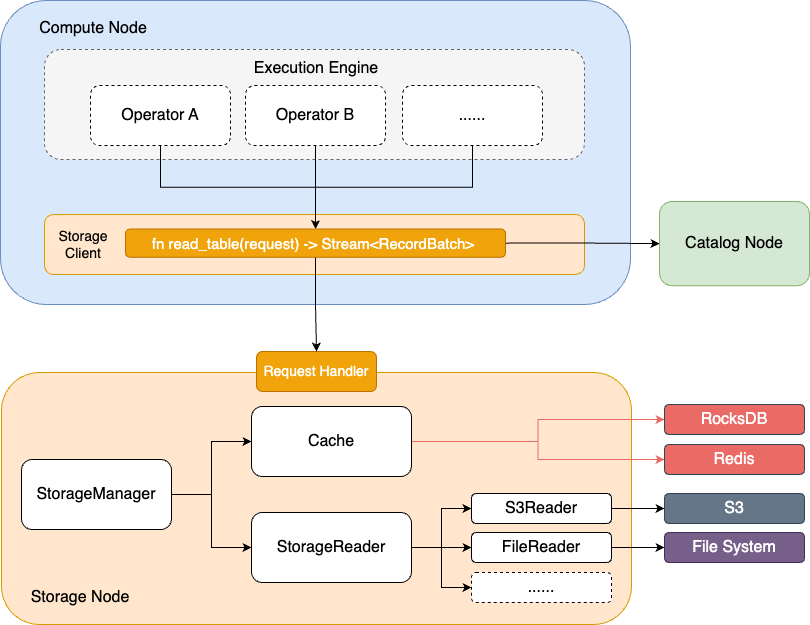
Above: docs/figs/io-arch.png in cmu-db/15721-s24-cache1 (draw.io), before the change. Source tidied: cells renumbered, new cells last; positions are measured from the earlier drawing's top-left corner, leaving out a move shared by most shapes.
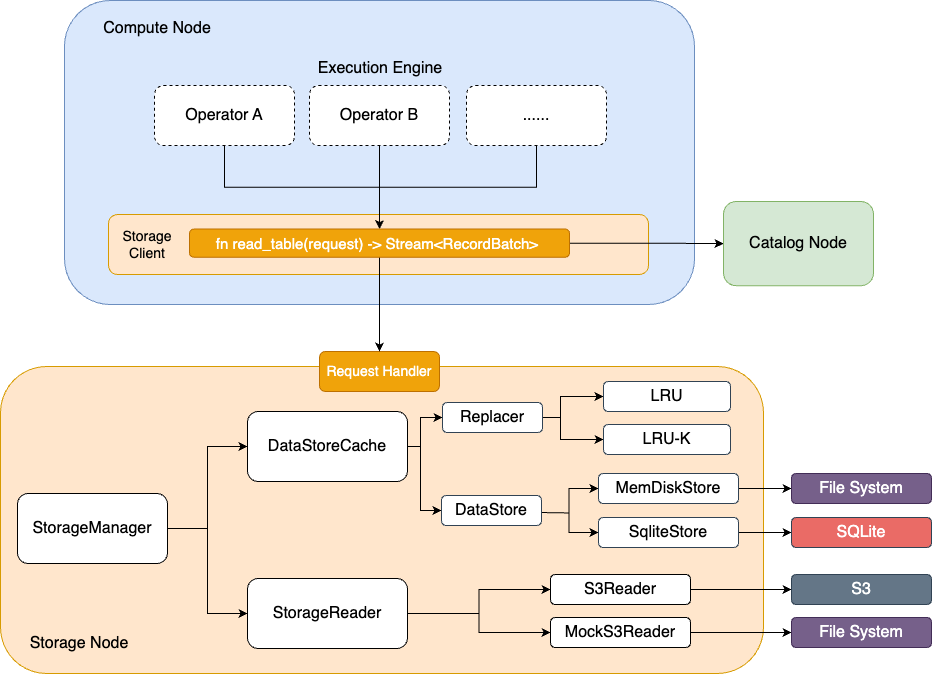
The same diagram one commit later.

Commit message:
docs: update architecture figure (#75)

Diff of the diagram source:
```diff
@@ -3,47 +3,61 @@
     <mxCell id="0" />
     <mxCell id="1" parent="0" />
     <mxCell id="2" style="rounded=1;whiteSpace=wrap;html=1;fillColor=#dae8fc;strokeColor=#6c8ebf;" parent="1" vertex="1">
-      <mxGeometry width="630" height="304" as="geometry" />
+      <mxGeometry x="68" width="630" height="304" as="geometry" />
     </mxCell>
     <mxCell id="3" style="rounded=1;whiteSpace=wrap;html=1;fillColor=#ffe6cc;strokeColor=#d79b00;" parent="1" vertex="1">
-      <mxGeometry x="1" y="372" width="630" height="252" as="geometry" />
+      <mxGeometry x="4" y="366" width="763" height="307" as="geometry" />
     </mxCell>
-    <mxCell id="4" style="edgeStyle=orthogonalEdgeStyle;rounded=0;jettySize=auto;html=1;exitX=1;exitY=0.5;exitDx=0;exitDy=0;entryX=0;entryY=0.5;entryDx=0;entryDy=0;fillColor=#EA6B66;strokeColor=#EA6B66;" parent="1" edge="1" source="6" target="39">
-      <mxGeometry relative="1" as="geometry" />
+    <mxCell id="4" style="edgeStyle=orthogonalEdgeStyle;rounded=0;jettySize=auto;html=1;exitX=1;exitY=0.5;exitDx=0;exitDy=0;entryX=0;entryY=0.5;entryDx=0;entryDy=0;fillColor=#FFFFFF;strokeColor=#000000;" parent="1" edge="1" target="39">
+      <mxGeometry relative="1" as="geometry">
+        <mxPoint x="542" y="512" as="sourcePoint" />
+      </mxGeometry>
     </mxCell>
-    <mxCell id="5" style="edgeStyle=orthogonalEdgeStyle;rounded=0;jettySize=auto;html=1;exitX=1;exitY=0.5;exitDx=0;exitDy=0;entryX=0;entryY=0.5;entryDx=0;entryDy=0;fillColor=#EA6B66;strokeColor=#EA6B66;" parent="1" edge="1" source="6" target="40">
-      <mxGeometry relative="1" as="geometry" />
+    <mxCell id="5" style="edgeStyle=orthogonalEdgeStyle;rounded=0;jettySize=auto;html=1;exitX=1;exitY=0.5;exitDx=0;exitDy=0;entryX=0;entryY=0.5;entryDx=0;entryDy=0;fillColor=#FFFFFF;strokeColor=#000000;" parent="1" edge="1" target="40">
+      <mxGeometry relative="1" as="geometry">
+        <mxPoint x="542" y="512" as="sourcePoint" />
+      </mxGeometry>
     </mxCell>
+    <mxCell id="41" style="edgeStyle=orthogonalEdgeStyle;rounded=0;jettySize=auto;html=1;exitX=1;exitY=0.5;exitDx=0;exitDy=0;entryX=0;entryY=0.5;entryDx=0;entryDy=0;" parent="1" edge="1" source="6" target="49">
+      <mxGeometry relative="1" as="geometry">
+        <Array as="points">
+          <mxPoint x="424" y="446" />
+          <mxPoint x="424" y="417" />
+        </Array>
+      </mxGeometry>
+    </mxCell>
+    <mxCell id="42" style="edgeStyle=orthogonalEdgeStyle;rounded=0;jettySize=auto;html=1;exitX=1;exitY=0.5;exitDx=0;exitDy=0;entryX=0;entryY=0.5;entryDx=0;entryDy=0;" parent="1" edge="1" source="6" target="52">
+      <mxGeometry relative="1" as="geometry">
+        <Array as="points">
+          <mxPoint x="424" y="446" />
+          <mxPoint x="424" y="510" />
+        </Array>
+      </mxGeometry>
+    </mxCell>
-    <mxCell id="6" value="Cache" style="rounded=1;whiteSpace=wrap;html=1;fontSize=16;" parent="1" vertex="1">
-      <mxGeometry x="251" y="406" width="160" height="70" as="geometry" />
+    <mxCell id="6" value="DataStoreCache" style="rounded=1;whiteSpace=wrap;html=1;fontSize=16;" parent="1" vertex="1">
+      <mxGeometry x="251" y="411" width="160" height="70" as="geometry" />
     </mxCell>
     <mxCell id="7" style="edgeStyle=orthogonalEdgeStyle;rounded=0;jettySize=auto;html=1;exitX=1;exitY=0.5;exitDx=0;exitDy=0;entryX=0;entryY=0.5;entryDx=0;entryDy=0;" parent="1" edge="1" source="9" target="11">
       <mxGeometry relative="1" as="geometry" />
     </mxCell>
-    <mxCell id="8" style="edgeStyle=orthogonalEdgeStyle;rounded=0;jettySize=auto;html=1;exitX=1;exitY=0.5;exitDx=0;exitDy=0;entryX=0;entryY=0.5;entryDx=0;entryDy=0;" parent="1" edge="1" source="9" target="15">
-      <mxGeometry relative="1" as="geometry" />
-    </mxCell>
+    <mxCell id="12" style="edgeStyle=orthogonalEdgeStyle;rounded=0;jettySize=auto;html=1;exitX=1;exitY=0.5;exitDx=0;exitDy=0;entryX=0;entryY=0.5;entryDx=0;entryDy=0;" parent="1" edge="1" source="9" target="14">
+      <mxGeometry relative="1" as="geometry" />
+    </mxCell>
     <mxCell id="9" value="StorageReader" style="rounded=1;whiteSpace=wrap;html=1;fontSize=16;" parent="1" vertex="1">
-      <mxGeometry x="251" y="512" width="160" height="70" as="geometry" />
+      <mxGeometry x="251" y="578" width="160" height="70" as="geometry" />
     </mxCell>
     <mxCell id="10" style="edgeStyle=orthogonalEdgeStyle;rounded=0;jettySize=auto;html=1;exitX=1;exitY=0.5;exitDx=0;exitDy=0;entryX=0;entryY=0.5;entryDx=0;entryDy=0;" parent="1" edge="1" source="11" target="36">
       <mxGeometry relative="1" as="geometry" />
     </mxCell>
     <mxCell id="11" value="S3Reader" style="rounded=1;whiteSpace=wrap;html=1;fontSize=16;" parent="1" vertex="1">
-      <mxGeometry x="471" y="493" width="140" height="30" as="geometry" />
+      <mxGeometry x="554" y="574" width="140" height="30" as="geometry" />
     </mxCell>
-    <mxCell id="12" style="edgeStyle=orthogonalEdgeStyle;rounded=0;jettySize=auto;html=1;exitX=1;exitY=0.5;exitDx=0;exitDy=0;entryX=0;entryY=0.5;entryDx=0;entryDy=0;" parent="1" edge="1" source="9" target="14">
-      <mxGeometry relative="1" as="geometry" />
-    </mxCell>
     <mxCell id="13" style="edgeStyle=orthogonalEdgeStyle;rounded=0;jettySize=auto;html=1;exitX=1;exitY=0.5;exitDx=0;exitDy=0;entryX=0;entryY=0.5;entryDx=0;entryDy=0;" parent="1" edge="1" source="14" target="37">
       <mxGeometry relative="1" as="geometry" />
     </mxCell>
-    <mxCell id="14" value="FileReader" style="rounded=1;whiteSpace=wrap;html=1;fontSize=16;" parent="1" vertex="1">
-      <mxGeometry x="471" y="532" width="140" height="30" as="geometry" />
+    <mxCell id="14" value="MockS3Reader" style="rounded=1;whiteSpace=wrap;html=1;fontSize=16;" parent="1" vertex="1">
+      <mxGeometry x="554" y="617" width="140" height="30" as="geometry" />
     </mxCell>
-    <mxCell id="15" value="......" style="rounded=1;whiteSpace=wrap;html=1;fontSize=16;dashed=1;" parent="1" vertex="1">
-      <mxGeometry x="471" y="572" width="140" height="30" as="geometry" />
-    </mxCell>
     <mxCell id="16" style="edgeStyle=orthogonalEdgeStyle;rounded=0;jettySize=auto;html=1;exitX=1;exitY=0.5;exitDx=0;exitDy=0;entryX=0;entryY=0.5;entryDx=0;entryDy=0;" parent="1" edge="1" source="18" target="6">
       <mxGeometry relative="1" as="geometry" />
     </mxCell>
@@ -51,40 +65,37 @@
       <mxGeometry relative="1" as="geometry" />
     </mxCell>
     <mxCell id="18" value="StorageManager" style="rounded=1;whiteSpace=wrap;html=1;fontSize=16;" parent="1" vertex="1">
-      <mxGeometry x="21" y="459" width="150" height="70" as="geometry" />
+      <mxGeometry x="21" y="493" width="150" height="70" as="geometry" />
     </mxCell>
     <mxCell id="19" value="&lt;font style=&quot;font-size: 16px;&quot;&gt;Storage Node&lt;/font&gt;" style="text;html=1;strokeColor=none;fillColor=none;align=center;verticalAlign=middle;whiteSpace=wrap;rounded=0;" parent="1" vertex="1">
-      <mxGeometry x="10" y="582" width="140" height="30" as="geometry" />
+      <mxGeometry x="13" y="628" width="140" height="30" as="geometry" />
     </mxCell>
-    <mxCell id="20" value="Operator A" style="rounded=1;whiteSpace=wrap;html=1;fontSize=16;dashed=1;fillColor=#f5f5f5;fontColor=#333333;strokeColor=#666666;" parent="1" vertex="1">
-      <mxGeometry x="44" y="49" width="540" height="110" as="geometry" />
-    </mxCell>
     <mxCell id="21" value="Operator A" style="rounded=1;whiteSpace=wrap;html=1;fontSize=16;dashed=1;" parent="1" vertex="1">
-      <mxGeometry x="90" y="85" width="140" height="60" as="geometry" />
+      <mxGeometry x="158" y="85" width="140" height="60" as="geometry" />
     </mxCell>
     <mxCell id="22" style="edgeStyle=orthogonalEdgeStyle;rounded=0;jettySize=auto;html=1;exitX=0.5;exitY=1;exitDx=0;exitDy=0;entryX=0.5;entryY=0;entryDx=0;entryDy=0;" parent="1" edge="1" source="23" target="32">
       <mxGeometry relative="1" as="geometry" />
     </mxCell>
     <mxCell id="23" value="Operator B" style="rounded=1;whiteSpace=wrap;html=1;fontSize=16;dashed=1;" parent="1" vertex="1">
-      <mxGeometry x="245" y="85" width="140" height="60" as="geometry" />
+      <mxGeometry x="313" y="85" width="140" height="60" as="geometry" />
     </mxCell>
     <mxCell id="24" style="edgeStyle=orthogonalEdgeStyle;rounded=0;jettySize=auto;html=1;exitX=0.5;exitY=1;exitDx=0;exitDy=0;entryX=0.5;entryY=0;entryDx=0;entryDy=0;" parent="1" edge="1" source="25" target="32">
       <mxGeometry relative="1" as="geometry" />
     </mxCell>
     <mxCell id="25" value="......" style="rounded=1;whiteSpace=wrap;html=1;fontSize=16;dashed=1;" parent="1" vertex="1">
-      <mxGeometry x="402" y="85" width="140" height="60" as="geometry" />
+      <mxGeometry x="470" y="85" width="140" height="60" as="geometry" />
     </mxCell>
     <mxCell id="26" value="&lt;font style=&quot;font-size: 16px;&quot;&gt;Compute Node&lt;/font&gt;" style="text;html=1;strokeColor=none;fillColor=none;align=center;verticalAlign=middle;whiteSpace=wrap;rounded=0;" parent="1" vertex="1">
-      <mxGeometry x="23" y="13" width="140" height="30" as="geometry" />
+      <mxGeometry x="91" y="13" width="140" height="30" as="geometry" />
     </mxCell>
     <mxCell id="27" value="&lt;font style=&quot;font-size: 16px;&quot;&gt;Execution Engine&lt;/font&gt;" style="text;html=1;strokeColor=none;fillColor=none;align=center;verticalAlign=middle;whiteSpace=wrap;rounded=0;" parent="1" vertex="1">
-      <mxGeometry x="246" y="53" width="140" height="30" as="geometry" />
+      <mxGeometry x="314" y="53" width="140" height="30" as="geometry" />
     </mxCell>
     <mxCell id="28" style="rounded=1;whiteSpace=wrap;html=1;fillColor=#ffe6cc;strokeColor=#d79b00;" parent="1" vertex="1">
-      <mxGeometry x="44" y="214" width="540" height="60" as="geometry" />
+      <mxGeometry x="112" y="214" width="540" height="60" as="geometry" />
     </mxCell>
     <mxCell id="29" value="&lt;font style=&quot;font-size: 14px;&quot;&gt;Request Handler&lt;/font&gt;" style="rounded=1;whiteSpace=wrap;html=1;fillColor=#f0a30a;strokeColor=#BD7000;fontColor=#FFFFFF;" parent="1" vertex="1">
-      <mxGeometry x="256" y="351" width="120" height="40" as="geometry" />
+      <mxGeometry x="323" y="351" width="120" height="40" as="geometry" />
     </mxCell>
     <mxCell id="30" style="edgeStyle=orthogonalEdgeStyle;rounded=0;jettySize=auto;html=1;exitX=0.5;exitY=1;exitDx=0;exitDy=0;entryX=0.5;entryY=0;entryDx=0;entryDy=0;" parent="1" edge="1" source="32" target="29">
       <mxGeometry relative="1" as="geometry" />
@@ -93,10 +104,10 @@
       <mxGeometry relative="1" as="geometry" />
     </mxCell>
     <mxCell id="32" value="&lt;div style=&quot;font-size: 15px;&quot;&gt;fn read_table(&lt;span style=&quot;background-color: initial; font-size: 15px;&quot;&gt;request&lt;/span&gt;&lt;span style=&quot;background-color: initial; font-size: 15px;&quot;&gt;) -&amp;gt; Stream&amp;lt;RecordBatch&amp;gt;&amp;nbsp;&lt;/span&gt;&lt;/div&gt;" style="rounded=1;whiteSpace=wrap;html=1;fillColor=#f0a30a;fontColor=#FFFFFF;strokeColor=#BD7000;fontSize=15;" parent="1" vertex="1">
-      <mxGeometry x="125" y="228.5" width="380" height="28.2" as="geometry" />
+      <mxGeometry x="193" y="228.5" width="380" height="28.2" as="geometry" />
     </mxCell>
     <mxCell id="33" value="&lt;font style=&quot;font-size: 14px;&quot;&gt;Storage Client&lt;/font&gt;" style="text;html=1;strokeColor=none;fillColor=none;align=center;verticalAlign=middle;whiteSpace=wrap;rounded=0;fontSize=14;" parent="1" vertex="1">
-      <mxGeometry x="38" y="228.5" width="90" height="30" as="geometry" />
+      <mxGeometry x="106" y="228.5" width="90" height="30" as="geometry" />
     </mxCell>
     <mxCell id="34" style="edgeStyle=orthogonalEdgeStyle;rounded=0;orthogonalLoop=1;jettySize=auto;html=1;exitX=0.5;exitY=1;exitDx=0;exitDy=0;" parent="1" edge="1" source="28" target="28">
       <mxGeometry relative="1" as="geometry" />
@@ -105,19 +116,59 @@
       <mxGeometry relative="1" as="geometry" />
     </mxCell>
     <mxCell id="36" value="S3" style="rounded=1;whiteSpace=wrap;html=1;fontSize=16;fillColor=#647687;fontColor=#ffffff;strokeColor=#314354;" parent="1" vertex="1">
-      <mxGeometry x="664" y="493" width="140" height="30" as="geometry" />
+      <mxGeometry x="795" y="574" width="140" height="30" as="geometry" />
     </mxCell>
     <mxCell id="37" value="File System" style="rounded=1;whiteSpace=wrap;html=1;fontSize=16;fillColor=#76608a;fontColor=#ffffff;strokeColor=#432D57;" parent="1" vertex="1">
-      <mxGeometry x="664" y="532" width="140" height="30" as="geometry" />
+      <mxGeometry x="795" y="617" width="140" height="30" as="geometry" />
     </mxCell>
     <mxCell id="38" value="&lt;font style=&quot;font-size: 16px;&quot;&gt;Catalog Node&lt;/font&gt;" style="rounded=1;whiteSpace=wrap;html=1;fillColor=#d5e8d4;strokeColor=#82b366;fontSize=16;" parent="1" vertex="1">
-      <mxGeometry x="659" y="201" width="150" height="84.2" as="geometry" />
+      <mxGeometry x="727" y="201" width="150" height="84.2" as="geometry" />
     </mxCell>
+    <mxCell id="43" style="edgeStyle=orthogonalEdgeStyle;rounded=0;jettySize=auto;html=1;exitX=1;exitY=0.5;exitDx=0;exitDy=0;entryX=0;entryY=0.5;entryDx=0;entryDy=0;" parent="1" edge="1" source="39" target="46">
+      <mxGeometry relative="1" as="geometry" />
+    </mxCell>
-    <mxCell id="39" value="RocksDB" style="rounded=1;whiteSpace=wrap;html=1;fontSize=16;fillColor=#EA6B66;fontColor=#ffffff;strokeColor=#314354;" parent="1" vertex="1">
-      <mxGeometry x="664" y="404" width="140" height="30" as="geometry" />
+    <mxCell id="39" value="MemDiskStore" style="rounded=1;whiteSpace=wrap;html=1;fontSize=16;fillColor=#FFFFFF;fontColor=#000000;strokeColor=#314354;" parent="1" vertex="1">
+      <mxGeometry x="602" y="473" width="140" height="30" as="geometry" />
     </mxCell>
+    <mxCell id="44" style="edgeStyle=orthogonalEdgeStyle;rounded=0;jettySize=auto;html=1;exitX=1;exitY=0.5;exitDx=0;exitDy=0;entryX=0;entryY=0.5;entryDx=0;entryDy=0;" parent="1" edge="1" source="40" target="45">
+      <mxGeometry relative="1" as="geometry" />
+    </mxCell>
-    <mxCell id="40" value="Redis" style="rounded=1;whiteSpace=wrap;html=1;fontSize=16;fillColor=#EA6B66;fontColor=#ffffff;strokeColor=#314354;" parent="1" vertex="1">
-      <mxGeometry x="664" y="444" width="140" height="30" as="geometry" />
+    <mxCell id="40" value="SqliteStore" style="rounded=1;whiteSpace=wrap;html=1;fontSize=16;fillColor=#FFFFFF;fontColor=#000000;strokeColor=#314354;" parent="1" vertex="1">
+      <mxGeometry x="602" y="517" width="140" height="30" as="geometry" />
     </mxCell>
+    <mxCell id="45" value="SQLite" style="rounded=1;whiteSpace=wrap;html=1;fontSize=16;fillColor=#EA6B66;fontColor=#ffffff;strokeColor=#314354;" parent="1" vertex="1">
+      <mxGeometry x="795" y="517" width="140" height="30" as="geometry" />
+    </mxCell>
+    <mxCell id="46" value="File System" style="rounded=1;whiteSpace=wrap;html=1;fontSize=16;fillColor=#76608a;fontColor=#ffffff;strokeColor=#432D57;" parent="1" vertex="1">
+      <mxGeometry x="795" y="473" width="140" height="30" as="geometry" />
+    </mxCell>
+    <mxCell id="47" style="edgeStyle=orthogonalEdgeStyle;rounded=0;jettySize=auto;html=1;exitX=1;exitY=0.5;exitDx=0;exitDy=0;entryX=0;entryY=0.5;entryDx=0;entryDy=0;" parent="1" edge="1" source="49" target="51">
+      <mxGeometry relative="1" as="geometry">
+        <Array as="points">
+          <mxPoint x="564" y="417" />
+          <mxPoint x="564" y="439" />
+        </Array>
+      </mxGeometry>
+    </mxCell>
+    <mxCell id="48" style="edgeStyle=orthogonalEdgeStyle;rounded=0;jettySize=auto;html=1;exitX=1;exitY=0.5;exitDx=0;exitDy=0;entryX=0;entryY=0.5;entryDx=0;entryDy=0;" parent="1" edge="1" source="49" target="50">
+      <mxGeometry relative="1" as="geometry">
+        <Array as="points">
+          <mxPoint x="564" y="417" />
+          <mxPoint x="564" y="396" />
+        </Array>
+      </mxGeometry>
+    </mxCell>
+    <mxCell id="49" value="Replacer" style="rounded=1;whiteSpace=wrap;html=1;fontSize=16;fillColor=#FFFFFF;fontColor=#000000;strokeColor=#314354;" parent="1" vertex="1">
+      <mxGeometry x="446" y="402" width="100" height="30" as="geometry" />
+    </mxCell>
+    <mxCell id="50" value="LRU" style="rounded=1;whiteSpace=wrap;html=1;fontSize=16;fillColor=#FFFFFF;fontColor=#000000;strokeColor=#314354;" parent="1" vertex="1">
+      <mxGeometry x="607" y="381" width="127" height="30" as="geometry" />
+    </mxCell>
+    <mxCell id="51" value="LRU-K" style="rounded=1;whiteSpace=wrap;html=1;fontSize=16;fillColor=#FFFFFF;fontColor=#000000;strokeColor=#314354;" parent="1" vertex="1">
+      <mxGeometry x="607" y="424" width="127" height="30" as="geometry" />
+    </mxCell>
+    <mxCell id="52" value="DataStore" style="rounded=1;whiteSpace=wrap;html=1;fontSize=16;fillColor=#FFFFFF;fontColor=#000000;strokeColor=#314354;" parent="1" vertex="1">
+      <mxGeometry x="445" y="495" width="100" height="30" as="geometry" />
+    </mxCell>
   </root>
 </mxGraphModel>
```
